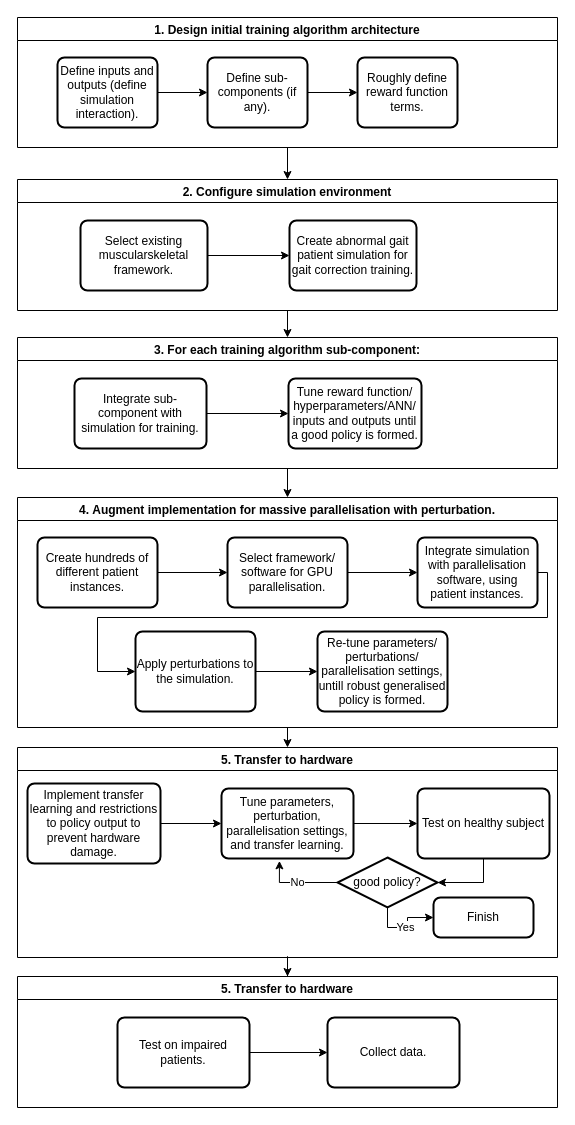
Earlier version of the draw.io diagram Untitled Diagram.drawio (LeoCain/MASS_EXO). Source tidied: cells renumbered, new cells numbered last; positions are measured from the earlier drawing's top-left corner, leaving out a move shared by most shapes. Both pictures are drawn from the tidied source at 100%, with x=0, y=0 at pixel (17, 17).
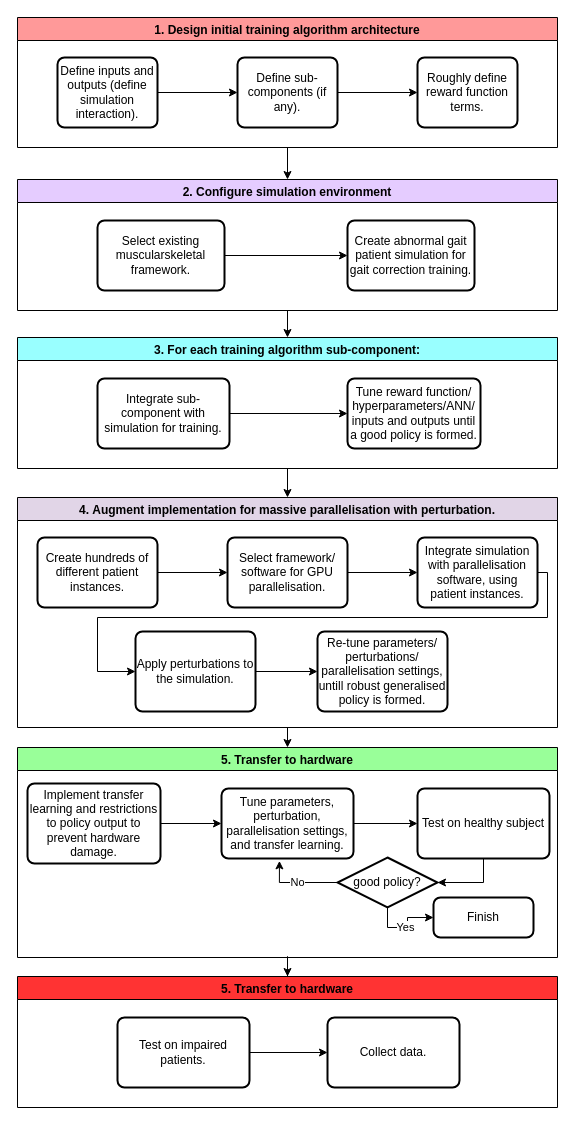
The same page after the edit.

Change to the diagram source:
```diff
@@
-    <mxCell id="3" value="1. Design initial training algorithm architecture" style="swimlane;" parent="1" vertex="1">
+    <mxCell id="3" value="1. Design initial training algorithm architecture" style="swimlane;fillColor=#FF9999;" parent="1" vertex="1">
       <mxGeometry width="540" height="130" as="geometry" />
     </mxCell>
@@
     <mxCell id="7" value="Define sub-components (if any)." style="rounded=1;whiteSpace=wrap;html=1;absoluteArcSize=1;arcSize=14;strokeWidth=2;" parent="3" vertex="1">
-      <mxGeometry x="190" y="40" width="100" height="70" as="geometry" />
+      <mxGeometry x="220" y="40" width="100" height="70" as="geometry" />
     </mxCell>
     <mxCell id="8" value="Roughly define reward function terms." style="rounded=1;whiteSpace=wrap;html=1;absoluteArcSize=1;arcSize=14;strokeWidth=2;" parent="3" vertex="1">
-      <mxGeometry x="340" y="40" width="100" height="70" as="geometry" />
+      <mxGeometry x="400" y="40" width="100" height="70" as="geometry" />
     </mxCell>
@@
-    <mxCell id="10" value="2. Configure simulation environment" style="swimlane;" parent="1" vertex="1">
+    <mxCell id="10" value="2. Configure simulation environment" style="swimlane;fillColor=#E5CCFF;" parent="1" vertex="1">
       <mxGeometry y="162" width="540" height="131" as="geometry" />
     </mxCell>
     <mxCell id="11" value="Create abnormal gait patient simulation for gait correction training." style="rounded=1;whiteSpace=wrap;html=1;absoluteArcSize=1;arcSize=14;strokeWidth=2;" parent="10" vertex="1">
-      <mxGeometry x="272" y="41" width="127" height="70" as="geometry" />
+      <mxGeometry x="330" y="41" width="127" height="70" as="geometry" />
     </mxCell>
@@
     <mxCell id="13" value="Select existing muscularskeletal framework." style="rounded=1;whiteSpace=wrap;html=1;absoluteArcSize=1;arcSize=14;strokeWidth=2;" parent="10" vertex="1">
-      <mxGeometry x="63" y="41" width="127" height="70" as="geometry" />
+      <mxGeometry x="80" y="41" width="127" height="70" as="geometry" />
     </mxCell>
@@
-    <mxCell id="15" value="3. For each training algorithm sub-component:" style="swimlane;" parent="1" vertex="1">
+    <mxCell id="15" value="3. For each training algorithm sub-component:" style="swimlane;fillColor=#99FFFF;" parent="1" vertex="1">
       <mxGeometry y="320" width="540" height="131" as="geometry" />
     </mxCell>
     <mxCell id="16" value="Tune reward function/ hyperparameters/ANN/ inputs and outputs until a good policy is formed." style="rounded=1;whiteSpace=wrap;html=1;absoluteArcSize=1;arcSize=14;strokeWidth=2;" parent="15" vertex="1">
-      <mxGeometry x="271" y="41" width="133" height="70" as="geometry" />
+      <mxGeometry x="330" y="41" width="133" height="70" as="geometry" />
     </mxCell>
@@
     <mxCell id="18" value="Integrate sub-component with simulation for training." style="rounded=1;whiteSpace=wrap;html=1;absoluteArcSize=1;arcSize=14;strokeWidth=2;" parent="15" vertex="1">
-      <mxGeometry x="57" y="41" width="132" height="70" as="geometry" />
+      <mxGeometry x="80" y="41" width="132" height="70" as="geometry" />
     </mxCell>
@@
-    <mxCell id="20" value="4. Augment implementation for massive parallelisation with perturbation." style="swimlane;" parent="1" vertex="1">
+    <mxCell id="20" value="4. Augment implementation for massive parallelisation with perturbation." style="swimlane;fillColor=#E1D5E7;" parent="1" vertex="1">
       <mxGeometry y="480" width="540" height="230" as="geometry" />
     </mxCell>
@@
-    <mxCell id="31" value="5. Transfer to hardware" style="swimlane;" parent="1" vertex="1">
+    <mxCell id="31" value="5. Transfer to hardware" style="swimlane;fillColor=#99FF99;" parent="1" vertex="1">
       <mxGeometry y="730" width="540" height="210" as="geometry" />
     </mxCell>
@@
-    <mxCell id="42" value="5. Transfer to hardware" style="swimlane;" parent="1" vertex="1">
+    <mxCell id="42" value="5. Transfer to hardware" style="swimlane;fillColor=#FF3333;" parent="1" vertex="1">
       <mxGeometry y="959" width="540" height="131" as="geometry" />
     </mxCell>
```
